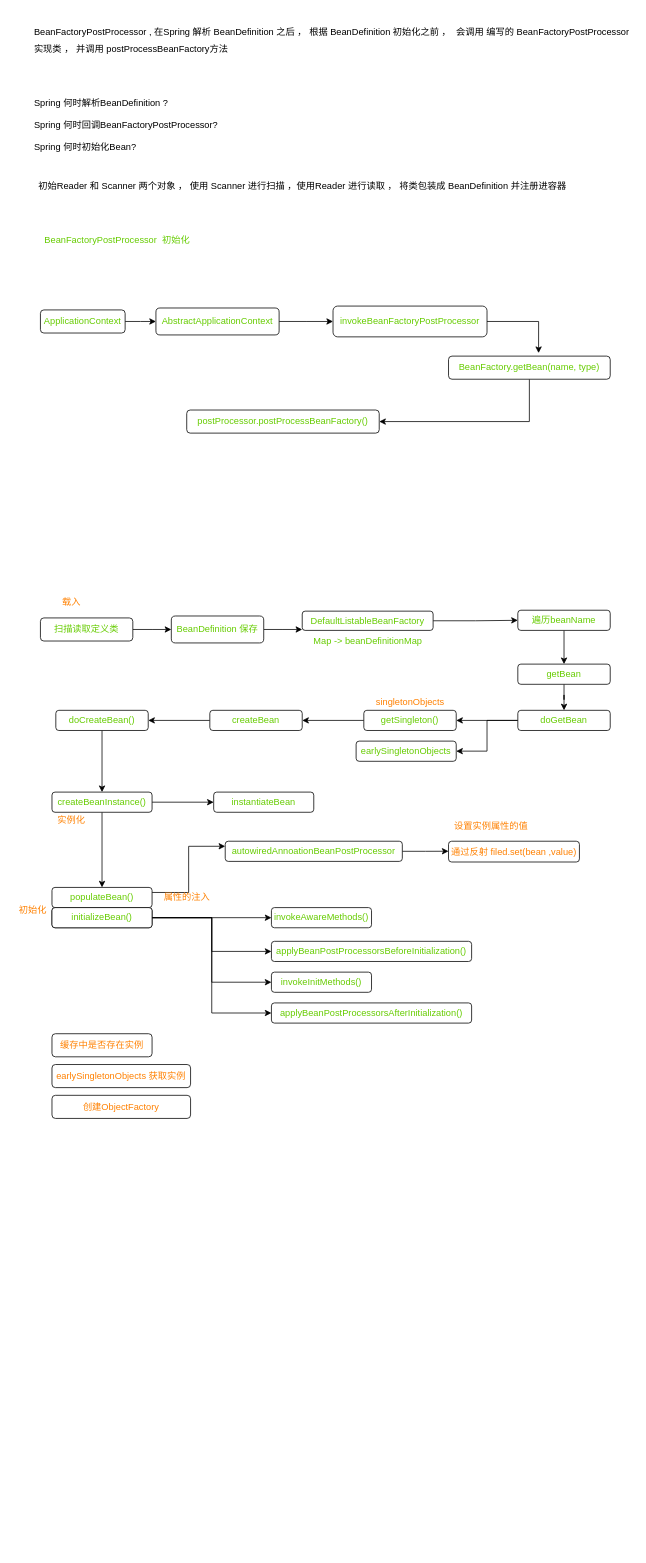
The draw.io diagram page "spring" (2 of 2) of SpringBoot.drawio in topyuluo/photo-project, before the edit. Source tidied: cells renumbered, new cells numbered last; positions are measured from the earlier drawing's top-left corner, leaving out a move shared by most shapes. Both pictures are drawn from the tidied source at 77%, with x=0, y=0 at pixel (13, 25).
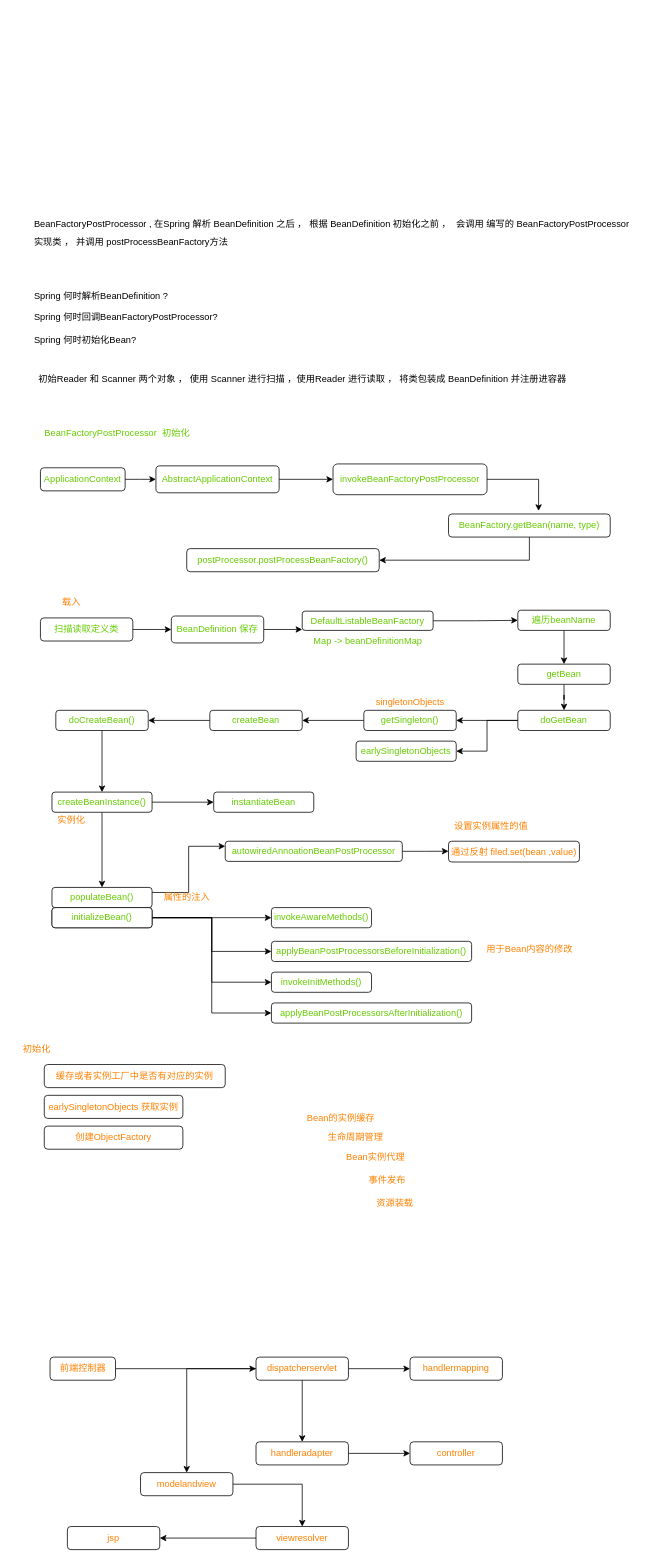
After the change.

Diff of the diagram source:
```diff
@@
     <mxCell id="2" value="&lt;p style=&quot;line-height: 190%&quot;&gt;BeanFactoryPostProcessor , 在Spring 解析 BeanDefinition 之后 ， 根据 BeanDefinition 初始化之前 ，&amp;nbsp; 会调用 编写的 BeanFactoryPostProcessor 实现类 ， 并调用 postProcessBeanFactory方法&lt;/p&gt;" style="text;html=1;strokeColor=none;fillColor=none;align=left;verticalAlign=middle;whiteSpace=wrap;rounded=0;" parent="1" vertex="1">
-      <mxGeometry x="25" width="780" height="40" as="geometry" />
+      <mxGeometry x="25" y="250" width="780" height="40" as="geometry" />
     </mxCell>
     <mxCell id="3" value="Spring 何时解析BeanDefinition ?&amp;nbsp;&lt;br&gt;&lt;br&gt;Spring 何时回调BeanFactoryPostProcessor?&lt;br&gt;&lt;br&gt;Spring 何时初始化Bean?" style="text;html=1;strokeColor=none;fillColor=none;align=left;verticalAlign=middle;whiteSpace=wrap;rounded=0;" parent="1" vertex="1">
-      <mxGeometry x="25" y="80" width="770" height="100" as="geometry" />
+      <mxGeometry x="25" y="330" width="770" height="100" as="geometry" />
     </mxCell>
     <mxCell id="4" value="初始Reader 和 Scanner 两个对象 ， 使用 Scanner 进行扫描 ，使用Reader 进行读取 ， 将类包装成 BeanDefinition 并注册进容器" style="text;html=1;align=center;verticalAlign=middle;strokeColor=none;fillColor=none;" parent="1" vertex="1">
-      <mxGeometry x="25" y="200" width="700" height="20" as="geometry" />
+      <mxGeometry x="25" y="450" width="700" height="20" as="geometry" />
     </mxCell>
     <mxCell id="5" value="BeanFactoryPostProcessor&amp;nbsp; 初始化" style="text;html=1;strokeColor=none;fillColor=none;align=center;verticalAlign=middle;whiteSpace=wrap;rounded=0;fontColor=#66CC00;" parent="1" vertex="1">
-      <mxGeometry x="35" y="270" width="200" height="20" as="geometry" />
+      <mxGeometry x="35" y="520" width="200" height="20" as="geometry" />
     </mxCell>
     <mxCell id="6" style="edgeStyle=orthogonalEdgeStyle;rounded=0;jettySize=auto;html=1;exitX=1;exitY=0.5;exitDx=0;exitDy=0;fontColor=#66CC00;" parent="1" edge="1" source="7">
       <mxGeometry relative="1" as="geometry">
-        <mxPoint x="185" y="385" as="targetPoint" />
+        <mxPoint x="185" y="590" as="targetPoint" />
       </mxGeometry>
     </mxCell>
     <mxCell id="7" value="ApplicationContext" style="rounded=1;whiteSpace=wrap;html=1;fontColor=#66CC00;align=center;" parent="1" vertex="1">
-      <mxGeometry x="35" y="370" width="110" height="30" as="geometry" />
+      <mxGeometry x="35" y="575" width="110" height="30" as="geometry" />
     </mxCell>
     <mxCell id="8" style="edgeStyle=orthogonalEdgeStyle;rounded=0;jettySize=auto;html=1;exitX=1;exitY=0.5;exitDx=0;exitDy=0;fontColor=#66CC00;" parent="1" edge="1" source="9">
       <mxGeometry relative="1" as="geometry">
-        <mxPoint x="415" y="385" as="targetPoint" />
+        <mxPoint x="415" y="590" as="targetPoint" />
       </mxGeometry>
     </mxCell>
     <mxCell id="9" value="AbstractApplicationContext" style="rounded=1;whiteSpace=wrap;html=1;fontColor=#66CC00;align=center;" parent="1" vertex="1">
-      <mxGeometry x="185" y="367.5" width="160" height="35" as="geometry" />
+      <mxGeometry x="185" y="572.5" width="160" height="35" as="geometry" />
     </mxCell>
@@
     <mxCell id="11" value="invokeBeanFactoryPostProcessor" style="rounded=1;whiteSpace=wrap;html=1;fontColor=#66CC00;align=center;" parent="1" vertex="1">
-      <mxGeometry x="415" y="365" width="200" height="40" as="geometry" />
+      <mxGeometry x="415" y="570" width="200" height="40" as="geometry" />
     </mxCell>
@@
     <mxCell id="13" value="BeanFactory.getBean(name, type)" style="rounded=1;whiteSpace=wrap;html=1;fontColor=#66CC00;align=center;" parent="1" vertex="1">
-      <mxGeometry x="565" y="430" width="210" height="30" as="geometry" />
+      <mxGeometry x="565" y="635" width="210" height="30" as="geometry" />
     </mxCell>
     <mxCell id="14" value="postProcessor.postProcessBeanFactory()" style="rounded=1;whiteSpace=wrap;html=1;fontColor=#66CC00;align=center;" parent="1" vertex="1">
-      <mxGeometry x="225" y="500" width="250" height="30" as="geometry" />
+      <mxGeometry x="225" y="680" width="250" height="30" as="geometry" />
     </mxCell>
@@
-    <mxCell id="23" value="缓存中是否存在实例" style="rounded=1;whiteSpace=wrap;html=1;fontColor=#FF8000;align=center;" parent="1" vertex="1">
-      <mxGeometry x="50" y="1310" width="130" height="30" as="geometry" />
+    <mxCell id="23" value="缓存或者实例工厂中是否有对应的实例" style="rounded=1;whiteSpace=wrap;html=1;fontColor=#FF8000;align=center;" parent="1" vertex="1">
+      <mxGeometry x="40" y="1350" width="235" height="30" as="geometry" />
     </mxCell>
     <mxCell id="24" value="earlySingletonObjects 获取实例" style="rounded=1;whiteSpace=wrap;html=1;fontColor=#FF8000;align=center;" parent="1" vertex="1">
-      <mxGeometry x="50" y="1350" width="180" height="30" as="geometry" />
+      <mxGeometry x="40" y="1390" width="180" height="30" as="geometry" />
     </mxCell>
     <mxCell id="25" value="创建ObjectFactory" style="rounded=1;whiteSpace=wrap;html=1;fontColor=#FF8000;align=center;" parent="1" vertex="1">
-      <mxGeometry x="50" y="1390" width="180" height="30" as="geometry" />
+      <mxGeometry x="40" y="1430" width="180" height="30" as="geometry" />
     </mxCell>
@@
     <mxCell id="50" value="初始化" style="text;html=1;align=center;verticalAlign=middle;strokeColor=none;fillColor=none;fontColor=#FF8000;" parent="1" vertex="1">
-      <mxGeometry y="1140" width="50" height="20" as="geometry" />
+      <mxGeometry x="5" y="1320" width="50" height="20" as="geometry" />
     </mxCell>
@@
+    <mxCell id="64" value="Bean的实例缓存" style="text;html=1;align=center;verticalAlign=middle;strokeColor=none;fillColor=none;fontColor=#FF8000;" parent="1" vertex="1">
+      <mxGeometry x="375" y="1410" width="100" height="20" as="geometry" />
+    </mxCell>
+    <mxCell id="65" value="生命周期管理" style="text;html=1;align=center;verticalAlign=middle;strokeColor=none;fillColor=none;fontColor=#FF8000;" parent="1" vertex="1">
+      <mxGeometry x="399" y="1435" width="90" height="20" as="geometry" />
+    </mxCell>
+    <mxCell id="66" value="Bean实例代理" style="text;html=1;align=center;verticalAlign=middle;strokeColor=none;fillColor=none;fontColor=#FF8000;" parent="1" vertex="1">
+      <mxGeometry x="425" y="1460" width="90" height="20" as="geometry" />
+    </mxCell>
+    <mxCell id="67" value="事件发布" style="text;html=1;align=center;verticalAlign=middle;strokeColor=none;fillColor=none;fontColor=#FF8000;" parent="1" vertex="1">
+      <mxGeometry x="455" y="1490" width="60" height="20" as="geometry" />
+    </mxCell>
+    <mxCell id="68" value="资源装载" style="text;html=1;align=center;verticalAlign=middle;strokeColor=none;fillColor=none;fontColor=#FF8000;" parent="1" vertex="1">
+      <mxGeometry x="465" y="1520" width="60" height="20" as="geometry" />
+    </mxCell>
+    <mxCell id="69" value="用于Bean内容的修改" style="text;html=1;align=center;verticalAlign=middle;strokeColor=none;fillColor=none;fontColor=#FF8000;" parent="1" vertex="1">
+      <mxGeometry x="605" y="1190" width="130" height="20" as="geometry" />
+    </mxCell>
+    <mxCell id="70" style="edgeStyle=orthogonalEdgeStyle;rounded=0;jettySize=auto;html=1;fontColor=#FF8000;" parent="1" edge="1" source="73" target="76">
+      <mxGeometry relative="1" as="geometry" />
+    </mxCell>
+    <mxCell id="71" style="edgeStyle=orthogonalEdgeStyle;rounded=0;jettySize=auto;html=1;fontColor=#FF8000;" parent="1" edge="1" source="73" target="79">
+      <mxGeometry relative="1" as="geometry" />
+    </mxCell>
+    <mxCell id="72" style="edgeStyle=orthogonalEdgeStyle;rounded=0;jettySize=auto;html=1;fontColor=#FF8000;" parent="1" edge="1" source="73" target="81">
+      <mxGeometry relative="1" as="geometry" />
+    </mxCell>
+    <mxCell id="73" value="dispatcherservlet" style="rounded=1;whiteSpace=wrap;html=1;fontColor=#FF8000;align=center;" parent="1" vertex="1">
+      <mxGeometry x="315" y="1730" width="120" height="30" as="geometry" />
+    </mxCell>
+    <mxCell id="74" style="edgeStyle=orthogonalEdgeStyle;rounded=0;jettySize=auto;html=1;entryX=0;entryY=0.5;entryDx=0;entryDy=0;fontColor=#FF8000;" parent="1" edge="1" source="75" target="73">
+      <mxGeometry relative="1" as="geometry" />
+    </mxCell>
+    <mxCell id="75" value="前端控制器" style="rounded=1;whiteSpace=wrap;html=1;fontColor=#FF8000;align=center;" parent="1" vertex="1">
+      <mxGeometry x="47.5" y="1730" width="85" height="30" as="geometry" />
+    </mxCell>
+    <mxCell id="76" value="handlermapping" style="rounded=1;whiteSpace=wrap;html=1;fontColor=#FF8000;align=center;" parent="1" vertex="1">
+      <mxGeometry x="515" y="1730" width="120" height="30" as="geometry" />
+    </mxCell>
+    <mxCell id="77" style="edgeStyle=orthogonalEdgeStyle;rounded=0;jettySize=auto;html=1;fontColor=#FF8000;" parent="1" edge="1" source="79" target="80">
+      <mxGeometry relative="1" as="geometry" />
+    </mxCell>
+    <mxCell id="78" style="edgeStyle=orthogonalEdgeStyle;rounded=0;jettySize=auto;html=1;fontColor=#FF8000;exitX=1;exitY=0.5;exitDx=0;exitDy=0;" parent="1" edge="1" source="81" target="83">
+      <mxGeometry relative="1" as="geometry" />
+    </mxCell>
+    <mxCell id="79" value="handleradapter" style="rounded=1;whiteSpace=wrap;html=1;fontColor=#FF8000;align=center;" parent="1" vertex="1">
+      <mxGeometry x="315" y="1840" width="120" height="30" as="geometry" />
+    </mxCell>
+    <mxCell id="80" value="controller" style="rounded=1;whiteSpace=wrap;html=1;fontColor=#FF8000;align=center;" parent="1" vertex="1">
+      <mxGeometry x="515" y="1840" width="120" height="30" as="geometry" />
+    </mxCell>
+    <mxCell id="81" value="modelandview" style="rounded=1;whiteSpace=wrap;html=1;fontColor=#FF8000;align=center;" parent="1" vertex="1">
+      <mxGeometry x="165" y="1880" width="120" height="30" as="geometry" />
+    </mxCell>
+    <mxCell id="82" style="edgeStyle=orthogonalEdgeStyle;rounded=0;jettySize=auto;html=1;fontColor=#FF8000;" parent="1" edge="1" source="83" target="84">
+      <mxGeometry relative="1" as="geometry" />
+    </mxCell>
+    <mxCell id="83" value="viewresolver" style="rounded=1;whiteSpace=wrap;html=1;fontColor=#FF8000;align=center;" parent="1" vertex="1">
+      <mxGeometry x="315" y="1950" width="120" height="30" as="geometry" />
+    </mxCell>
+    <mxCell id="84" value="jsp" style="rounded=1;whiteSpace=wrap;html=1;fontColor=#FF8000;align=center;" parent="1" vertex="1">
+      <mxGeometry x="70" y="1950" width="120" height="30" as="geometry" />
+    </mxCell>
```
